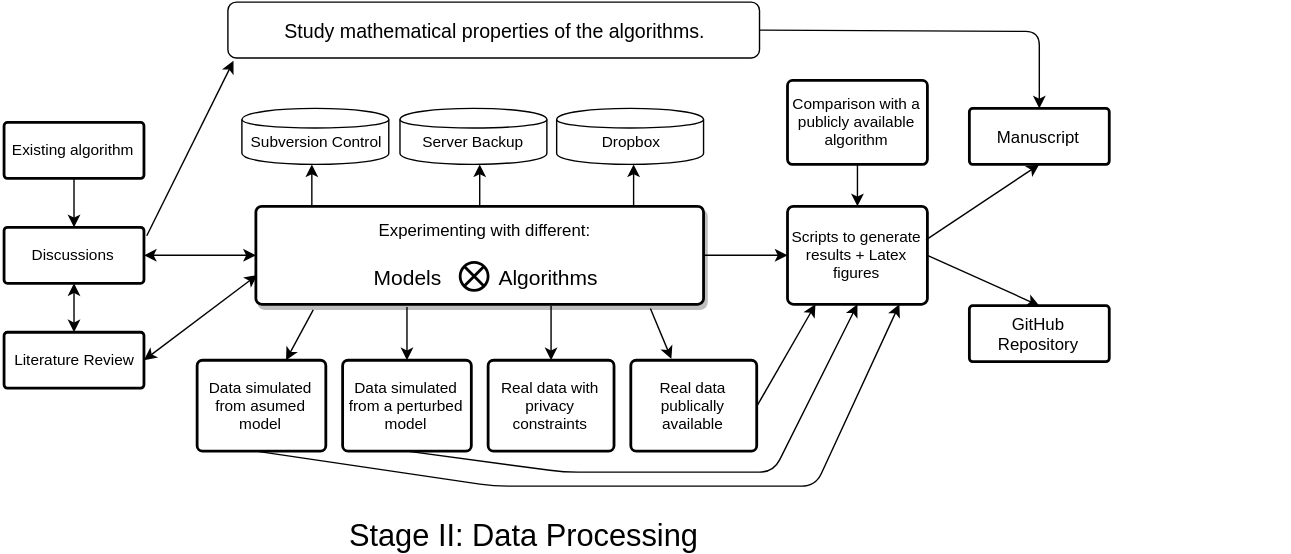
The draw.io diagram case-studies/vstaneva.svg in BIDS/repro-case-studies, before a commit. Source tidied: cells renumbered, new cells last; positions are measured from the earlier drawing's top-left corner, leaving out a move shared by most shapes.
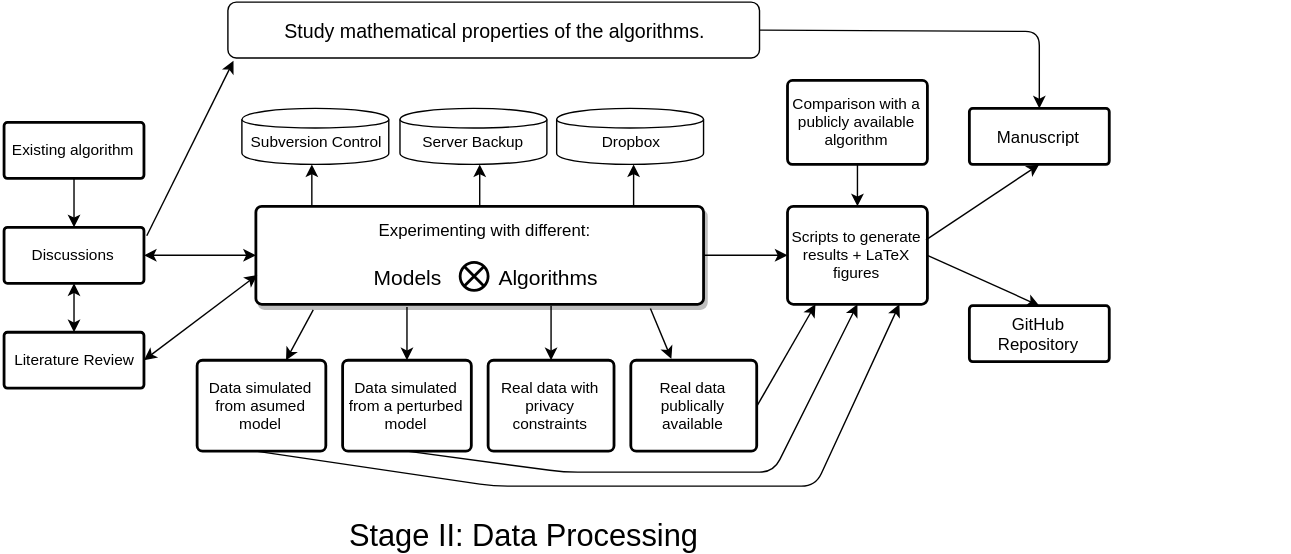
After the change.

Commit message:
changed spelling to LaTeX throughout

Change to the diagram source:
```diff
@@ -20,7 +20,7 @@
     <mxCell id="7" value="Comparison with a publicly available algorithm" style="strokeWidth=2;html=1;shape=mxgraph.flowchart.process;whiteSpace=wrap;fontSize=11;" parent="1" vertex="1">
       <mxGeometry x="560" y="56" width="100" height="60" as="geometry" />
     </mxCell>
-    <mxCell id="8" value="Scripts to generate results + Latex figures" style="strokeWidth=2;html=1;shape=mxgraph.flowchart.process;whiteSpace=wrap;fontSize=11;" parent="1" vertex="1">
+    <mxCell id="8" value="Scripts to generate results + LaTeX figures" style="strokeWidth=2;html=1;shape=mxgraph.flowchart.process;whiteSpace=wrap;fontSize=11;" parent="1" vertex="1">
       <mxGeometry x="560" y="146" width="100" height="70" as="geometry" />
     </mxCell>
     <mxCell id="9" value="Manuscript&lt;br&gt;" style="strokeWidth=2;html=1;shape=mxgraph.flowchart.process;whiteSpace=wrap;" parent="1" vertex="1">
```
